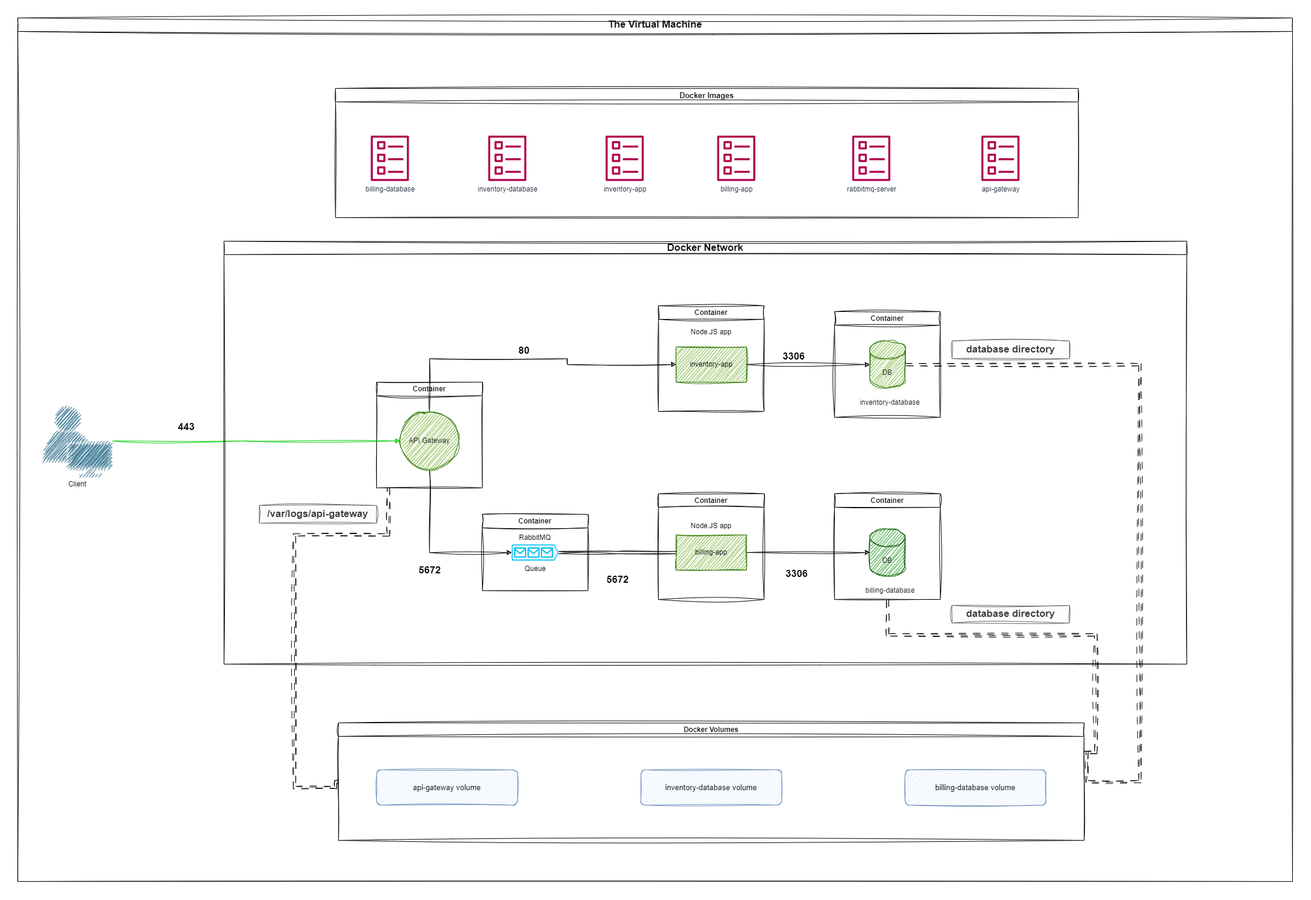
Above: subjects/devops/play-with-containers/pictures/architecture.png in 01-edu/public (draw.io), before the change. Source tidied: cells renumbered, new cells last; positions are measured from the earlier drawing's top-left corner, leaving out a move shared by most shapes.
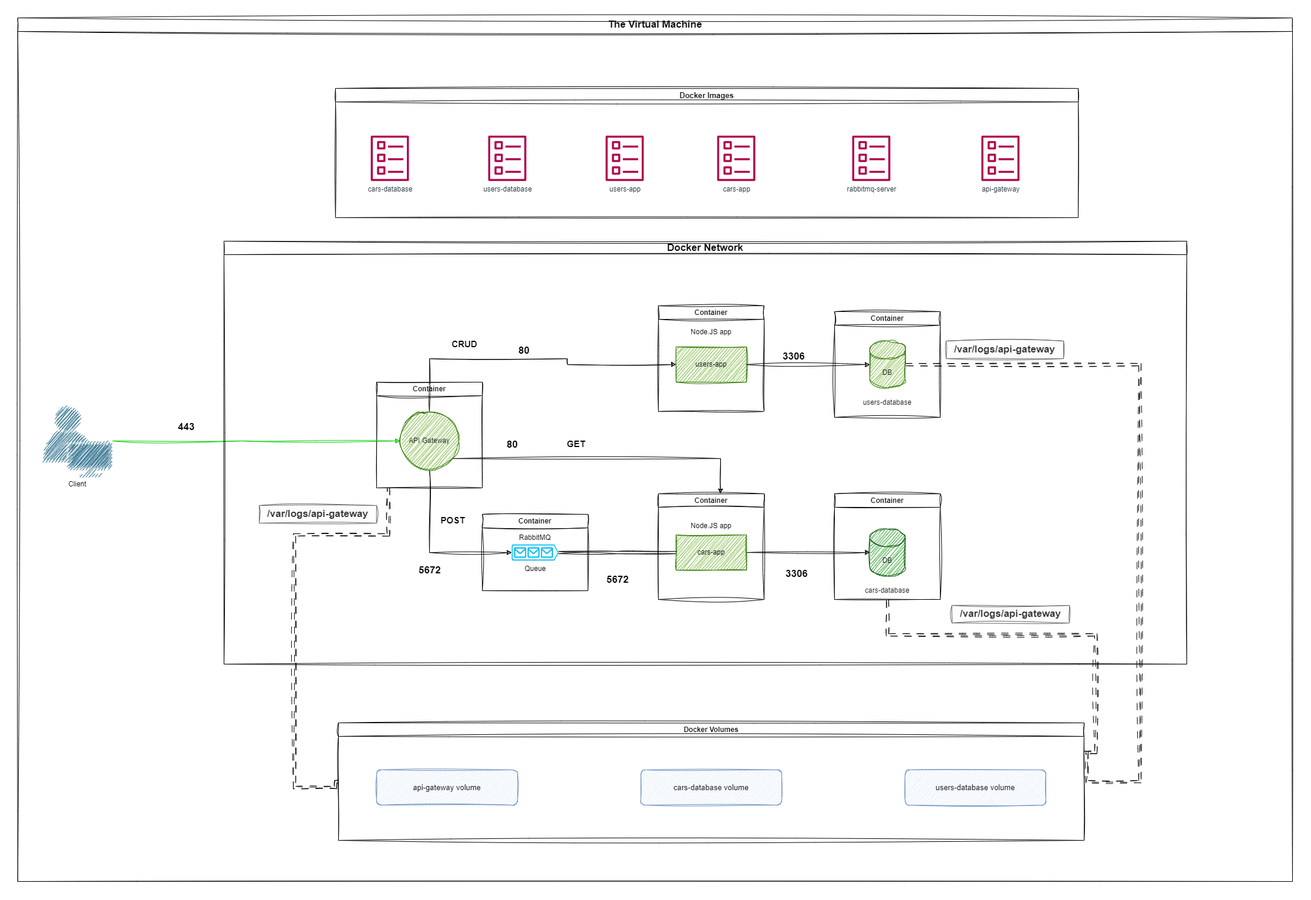
After the commit.

Commit message:
docs (play-with-containers) add Get method to billing service

What changed in the source:
```diff
@@ -8,8 +8,8 @@
     <mxCell id="3" value="&lt;font color=&quot;#141414&quot;&gt;DB&lt;/font&gt;" style="shape=cylinder3;whiteSpace=wrap;html=1;boundedLbl=1;backgroundOutline=1;size=15;fillColor=#008a00;fontColor=#ffffff;strokeColor=#005700;fillStyle=hatch;gradientDirection=north;sketch=1;curveFitting=1;jiggle=2;" parent="2" vertex="1">
       <mxGeometry width="60" height="80" as="geometry" />
     </mxCell>
-    <mxCell id="4" value="billing-database" style="text;html=1;strokeColor=none;fillColor=none;align=center;verticalAlign=middle;whiteSpace=wrap;rounded=0;fontColor=#141414;" parent="2" vertex="1">
-      <mxGeometry x="-10" y="90" width="90" height="30" as="geometry" />
+    <mxCell id="4" value="cars-database" style="text;html=1;strokeColor=none;fillColor=none;align=center;verticalAlign=middle;whiteSpace=wrap;rounded=0;fontColor=#141414;" parent="2" vertex="1">
+      <mxGeometry x="-10" y="90" width="80" height="30" as="geometry" />
     </mxCell>
     <mxCell id="5" style="edgeStyle=orthogonalEdgeStyle;rounded=0;jettySize=auto;html=1;entryX=0;entryY=0.5;entryDx=0;entryDy=0;fontColor=#000000;sketch=1;curveFitting=1;jiggle=2;" parent="1" edge="1" source="7" target="18">
       <mxGeometry relative="1" as="geometry">
@@ -27,13 +27,20 @@
         </Array>
       </mxGeometry>
     </mxCell>
+    <mxCell id="52" style="edgeStyle=orthogonalEdgeStyle;rounded=0;jettySize=auto;html=1;entryX=0.587;entryY=-0.001;entryDx=0;entryDy=0;entryPerimeter=0;sketch=1;curveFitting=1;jiggle=2;" parent="1" edge="1" source="7" target="24">
+      <mxGeometry relative="1" as="geometry">
+        <Array as="points">
+          <mxPoint x="1197" y="750" />
+        </Array>
+      </mxGeometry>
+    </mxCell>
     <mxCell id="7" value="&lt;font color=&quot;#141414&quot;&gt;API Gateway&lt;/font&gt;" style="ellipse;whiteSpace=wrap;html=1;fillStyle=hatch;fontColor=#ffffff;fillColor=#60a917;gradientDirection=north;strokeColor=#2D7600;sketch=1;curveFitting=1;jiggle=2;" parent="1" vertex="1">
       <mxGeometry x="651" y="670" width="100" height="100" as="geometry" />
     </mxCell>
     <mxCell id="8" style="edgeStyle=orthogonalEdgeStyle;rounded=0;jettySize=auto;html=1;fontColor=#000000;sketch=1;curveFitting=1;jiggle=2;" parent="1" edge="1" source="9" target="3">
       <mxGeometry relative="1" as="geometry" />
     </mxCell>
-    <mxCell id="9" value="&lt;font color=&quot;#000000&quot;&gt;billing-app&lt;/font&gt;" style="rounded=0;whiteSpace=wrap;html=1;fillStyle=hatch;fontColor=#ffffff;fillColor=#60a917;gradientDirection=north;sketch=1;curveFitting=1;jiggle=2;strokeColor=#2D7600;" parent="1" vertex="1">
+    <mxCell id="9" value="&lt;font color=&quot;#000000&quot;&gt;cars-app&lt;/font&gt;" style="rounded=0;whiteSpace=wrap;html=1;fillStyle=hatch;fontColor=#ffffff;fillColor=#60a917;gradientDirection=north;sketch=1;curveFitting=1;jiggle=2;strokeColor=#2D7600;" parent="1" vertex="1">
       <mxGeometry x="1121" y="880" width="120" height="60" as="geometry" />
     </mxCell>
     <mxCell id="10" style="edgeStyle=orthogonalEdgeStyle;rounded=0;jettySize=auto;html=1;entryX=0;entryY=0.5;entryDx=0;entryDy=0;fontColor=#000000;shape=link;sketch=1;curveFitting=1;jiggle=2;" parent="1" edge="1" source="11" target="9">
@@ -73,7 +80,7 @@
     <mxCell id="17" value="RabbitMQ" style="text;html=1;strokeColor=none;fillColor=none;align=center;verticalAlign=middle;whiteSpace=wrap;rounded=0;fontColor=#000000;" parent="1" vertex="1">
       <mxGeometry x="851" y="870" width="60" height="30" as="geometry" />
     </mxCell>
-    <mxCell id="18" value="&lt;font color=&quot;#000000&quot;&gt;inventory-app&lt;br&gt;&lt;/font&gt;" style="rounded=0;whiteSpace=wrap;html=1;fillStyle=hatch;fontColor=#ffffff;fillColor=#60a917;gradientDirection=north;sketch=1;curveFitting=1;jiggle=2;strokeColor=#2D7600;" parent="1" vertex="1">
+    <mxCell id="18" value="&lt;font color=&quot;#000000&quot;&gt;users-app&lt;br&gt;&lt;/font&gt;" style="rounded=0;whiteSpace=wrap;html=1;fillStyle=hatch;fontColor=#ffffff;fillColor=#60a917;gradientDirection=north;sketch=1;curveFitting=1;jiggle=2;strokeColor=#2D7600;" parent="1" vertex="1">
       <mxGeometry x="1121" y="560" width="120" height="60" as="geometry" />
     </mxCell>
     <mxCell id="19" style="edgeStyle=orthogonalEdgeStyle;rounded=0;jettySize=auto;html=1;fontColor=#000000;sketch=1;curveFitting=1;jiggle=2;" parent="1" edge="1" source="18" target="21">
@@ -134,6 +141,9 @@
     <mxCell id="33" value="/var/logs/api-gateway" style="text;html=1;strokeColor=#666666;fillColor=#f5f5f5;align=center;verticalAlign=middle;whiteSpace=wrap;rounded=0;fontSize=17;fontColor=#333333;shadow=0;sketch=1;curveFitting=1;jiggle=2;fontStyle=1;" parent="1" vertex="1">
       <mxGeometry x="411" y="830" width="200" height="30" as="geometry" />
     </mxCell>
+    <mxCell id="51" value="/var/logs/api-gateway" style="text;html=1;strokeColor=#666666;fillColor=#f5f5f5;align=center;verticalAlign=middle;whiteSpace=wrap;rounded=0;fontSize=17;fontColor=#333333;shadow=0;sketch=1;curveFitting=1;jiggle=2;fontStyle=1;" parent="1" vertex="1">
+      <mxGeometry x="1581" y="550" width="200" height="30" as="geometry" />
+    </mxCell>
     <mxCell id="34" value="Docker Network" style="swimlane;whiteSpace=wrap;html=1;shadow=0;sketch=1;fontSize=17;" parent="1" vertex="1">
       <mxGeometry x="351" y="380" width="1640" height="720" as="geometry" />
     </mxCell>
@@ -149,31 +159,31 @@
     <mxCell id="38" value="&lt;font style=&quot;font-size: 17px;&quot;&gt;&lt;b&gt;443&lt;/b&gt;&lt;/font&gt;" style="text;whiteSpace=wrap;html=1;" parent="36" vertex="1">
       <mxGeometry x="271.2" y="680" width="40" height="30" as="geometry" />
     </mxCell>
-    <mxCell id="39" value="inventory-database volume" style="rounded=1;whiteSpace=wrap;html=1;shadow=0;sketch=1;fontSize=13;fillColor=#dae8fc;strokeColor=#6c8ebf;" parent="36" vertex="1">
+    <mxCell id="39" value="cars-database volume" style="rounded=1;whiteSpace=wrap;html=1;shadow=0;sketch=1;fontSize=13;fillColor=#dae8fc;strokeColor=#6c8ebf;" parent="36" vertex="1">
       <mxGeometry x="1061.2" y="1280" width="240" height="60" as="geometry" />
     </mxCell>
     <mxCell id="40" value="api-gateway volume" style="rounded=1;whiteSpace=wrap;html=1;shadow=0;sketch=1;fontSize=13;fillColor=#dae8fc;strokeColor=#6c8ebf;" parent="36" vertex="1">
       <mxGeometry x="611.2" y="1280" width="240" height="60" as="geometry" />
     </mxCell>
-    <mxCell id="41" value="billing-database volume" style="rounded=1;whiteSpace=wrap;html=1;shadow=0;sketch=1;fontSize=13;fillColor=#dae8fc;strokeColor=#6c8ebf;" parent="36" vertex="1">
+    <mxCell id="41" value="users-database volume" style="rounded=1;whiteSpace=wrap;html=1;shadow=0;sketch=1;fontSize=13;fillColor=#dae8fc;strokeColor=#6c8ebf;" parent="36" vertex="1">
       <mxGeometry x="1511.2" y="1280" width="240" height="60" as="geometry" />
     </mxCell>
-    <mxCell id="42" value="database directory" style="text;html=1;strokeColor=#666666;fillColor=#f5f5f5;align=center;verticalAlign=middle;whiteSpace=wrap;rounded=0;fontSize=17;fontColor=#333333;shadow=0;sketch=1;curveFitting=1;jiggle=2;fontStyle=1;" parent="36" vertex="1">
+    <mxCell id="42" value="/var/logs/api-gateway" style="text;html=1;strokeColor=#666666;fillColor=#f5f5f5;align=center;verticalAlign=middle;whiteSpace=wrap;rounded=0;fontSize=17;fontColor=#333333;shadow=0;sketch=1;curveFitting=1;jiggle=2;fontStyle=1;" parent="36" vertex="1">
       <mxGeometry x="1591.2" y="1000" width="200" height="30" as="geometry" />
     </mxCell>
     <mxCell id="43" value="Docker Images" style="swimlane;whiteSpace=wrap;html=1;shadow=0;sketch=1;fontSize=13;fontColor=#000000;" parent="36" vertex="1">
       <mxGeometry x="541.2" y="120" width="1265" height="220" as="geometry" />
     </mxCell>
-    <mxCell id="44" value="billing-database" style="sketch=0;fontColor=#232F3E;gradientColor=none;fillColor=#B0084D;strokeColor=none;dashed=0;verticalLabelPosition=bottom;verticalAlign=top;align=center;html=1;fontSize=12;fontStyle=0;shape=mxgraph.aws4.template;shadow=0;" parent="43" vertex="1">
+    <mxCell id="44" value="cars-database" style="sketch=0;fontColor=#232F3E;gradientColor=none;fillColor=#B0084D;strokeColor=none;dashed=0;verticalLabelPosition=bottom;verticalAlign=top;align=center;html=1;fontSize=12;fontStyle=0;shape=mxgraph.aws4.template;shadow=0;" parent="43" vertex="1">
       <mxGeometry x="60" y="80" width="65" height="78" as="geometry" />
     </mxCell>
-    <mxCell id="45" value="inventory-database" style="sketch=0;fontColor=#232F3E;gradientColor=none;fillColor=#B0084D;strokeColor=none;dashed=0;verticalLabelPosition=bottom;verticalAlign=top;align=center;html=1;fontSize=12;fontStyle=0;shape=mxgraph.aws4.template;shadow=0;" parent="43" vertex="1">
+    <mxCell id="45" value="users-database" style="sketch=0;fontColor=#232F3E;gradientColor=none;fillColor=#B0084D;strokeColor=none;dashed=0;verticalLabelPosition=bottom;verticalAlign=top;align=center;html=1;fontSize=12;fontStyle=0;shape=mxgraph.aws4.template;shadow=0;" parent="43" vertex="1">
       <mxGeometry x="260" y="80" width="65" height="78" as="geometry" />
     </mxCell>
-    <mxCell id="46" value="inventory-app" style="sketch=0;fontColor=#232F3E;gradientColor=none;fillColor=#B0084D;strokeColor=none;dashed=0;verticalLabelPosition=bottom;verticalAlign=top;align=center;html=1;fontSize=12;fontStyle=0;shape=mxgraph.aws4.template;shadow=0;" parent="43" vertex="1">
+    <mxCell id="46" value="users-app" style="sketch=0;fontColor=#232F3E;gradientColor=none;fillColor=#B0084D;strokeColor=none;dashed=0;verticalLabelPosition=bottom;verticalAlign=top;align=center;html=1;fontSize=12;fontStyle=0;shape=mxgraph.aws4.template;shadow=0;" parent="43" vertex="1">
       <mxGeometry x="460" y="80" width="65" height="78" as="geometry" />
     </mxCell>
-    <mxCell id="47" value="billing-app" style="sketch=0;fontColor=#232F3E;gradientColor=none;fillColor=#B0084D;strokeColor=none;dashed=0;verticalLabelPosition=bottom;verticalAlign=top;align=center;html=1;fontSize=12;fontStyle=0;shape=mxgraph.aws4.template;shadow=0;" parent="43" vertex="1">
+    <mxCell id="47" value="cars-app" style="sketch=0;fontColor=#232F3E;gradientColor=none;fillColor=#B0084D;strokeColor=none;dashed=0;verticalLabelPosition=bottom;verticalAlign=top;align=center;html=1;fontSize=12;fontStyle=0;shape=mxgraph.aws4.template;shadow=0;" parent="43" vertex="1">
       <mxGeometry x="650" y="80" width="65" height="78" as="geometry" />
     </mxCell>
     <mxCell id="48" value="rabbitmq-server" style="sketch=0;fontColor=#232F3E;gradientColor=none;fillColor=#B0084D;strokeColor=none;dashed=0;verticalLabelPosition=bottom;verticalAlign=top;align=center;html=1;fontSize=12;fontStyle=0;shape=mxgraph.aws4.template;shadow=0;" parent="43" vertex="1">
@@ -182,11 +192,20 @@
     <mxCell id="49" value="api-gateway" style="sketch=0;fontColor=#232F3E;gradientColor=none;fillColor=#B0084D;strokeColor=none;dashed=0;verticalLabelPosition=bottom;verticalAlign=top;align=center;html=1;fontSize=12;fontStyle=0;shape=mxgraph.aws4.template;shadow=0;" parent="43" vertex="1">
       <mxGeometry x="1100" y="80" width="65" height="78" as="geometry" />
     </mxCell>
-    <mxCell id="50" value="inventory-database" style="text;html=1;strokeColor=none;fillColor=none;align=center;verticalAlign=middle;whiteSpace=wrap;rounded=0;fontColor=#141414;" parent="36" vertex="1">
-      <mxGeometry x="1431.2" y="640" width="108.8" height="30" as="geometry" />
+    <mxCell id="50" value="users-database" style="text;html=1;strokeColor=none;fillColor=none;align=center;verticalAlign=middle;whiteSpace=wrap;rounded=0;fontColor=#141414;" parent="36" vertex="1">
+      <mxGeometry x="1431.2" y="640" width="100" height="30" as="geometry" />
     </mxCell>
-    <mxCell id="51" value="database directory" style="text;html=1;strokeColor=#666666;fillColor=#f5f5f5;align=center;verticalAlign=middle;whiteSpace=wrap;rounded=0;fontSize=17;fontColor=#333333;shadow=0;sketch=1;curveFitting=1;jiggle=2;fontStyle=1;" parent="36" vertex="1">
-      <mxGeometry x="1591.2" y="550" width="200" height="30" as="geometry" />
-    </mxCell>
+    <mxCell id="53" value="&lt;font style=&quot;font-size: 15px;&quot;&gt;&lt;b&gt;GET&lt;/b&gt;&lt;/font&gt;" style="text;html=1;strokeColor=none;fillColor=none;align=center;verticalAlign=middle;whiteSpace=wrap;rounded=0;" parent="36" vertex="1">
+      <mxGeometry x="921.2" y="710" width="60" height="30" as="geometry" />
+    </mxCell>
+    <mxCell id="54" value="&lt;font style=&quot;font-size: 15px;&quot;&gt;&lt;b&gt;POST&lt;/b&gt;&lt;/font&gt;" style="text;html=1;strokeColor=none;fillColor=none;align=center;verticalAlign=middle;whiteSpace=wrap;rounded=0;" parent="36" vertex="1">
+      <mxGeometry x="711.2" y="840" width="60" height="30" as="geometry" />
+    </mxCell>
+    <mxCell id="55" value="&lt;font style=&quot;font-size: 15px;&quot;&gt;&lt;b&gt;CRUD&lt;/b&gt;&lt;/font&gt;" style="text;html=1;strokeColor=none;fillColor=none;align=center;verticalAlign=middle;whiteSpace=wrap;rounded=0;" parent="36" vertex="1">
+      <mxGeometry x="731.2" y="540" width="60" height="30" as="geometry" />
+    </mxCell>
+    <mxCell id="56" value="&lt;font style=&quot;font-size: 17px;&quot;&gt;&lt;b&gt;80&lt;/b&gt;&lt;/font&gt;" style="text;whiteSpace=wrap;html=1;" parent="36" vertex="1">
+      <mxGeometry x="831.2" y="710" width="70" height="30" as="geometry" />
+    </mxCell>
   </root>
 </mxGraphModel>
```
